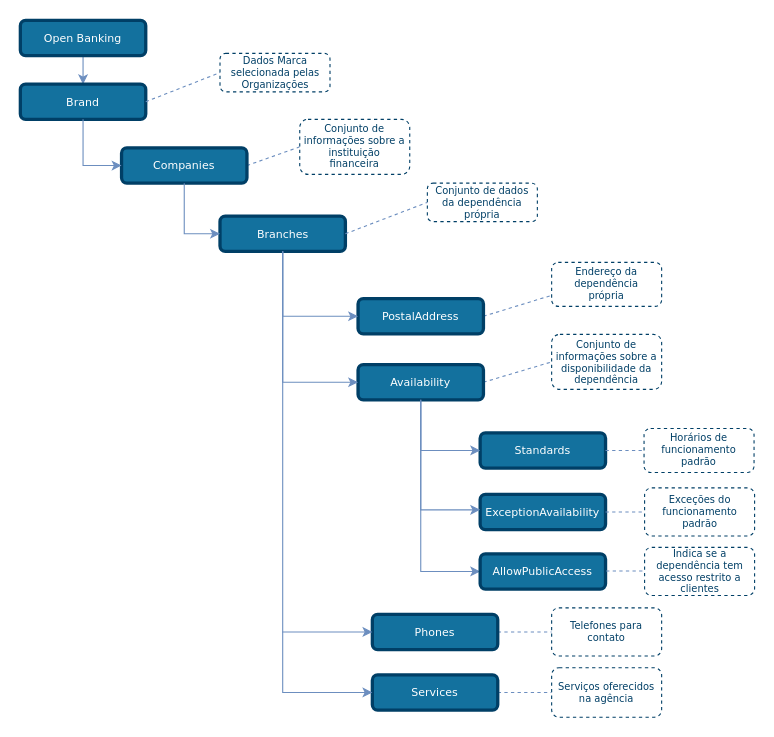
Earlier version of the draw.io diagram draw_io_diagrams/TLD_Branches_v1.drawio (OpenBanking-Brasil/areadesenvolvedor). Source tidied: cells renumbered, new cells numbered last; positions are measured from the earlier drawing's top-left corner, leaving out a move shared by most shapes. Both pictures are drawn from the tidied source at 110%, with x=0, y=0 at pixel (20, 20).
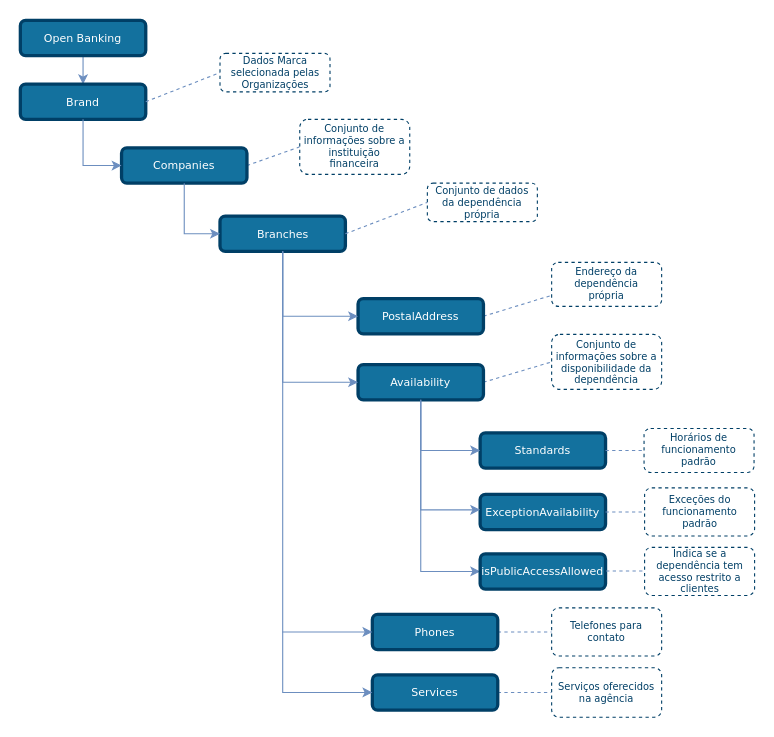
The same page after the edit.

Commit message (it also covers changes not shown here):
alteração imagens dependencias

The edit, as a diff of the source:
```diff
@@
-    <mxCell id="40" value="AllowPublicAccess" style="rounded=1;comic=0;shadow=0;backgroundOutline=0;snapToPoint=0;fixDash=0;strokeWidth=3;fontFamily=Verdana;fontStyle=0;labelBorderColor=none;labelBackgroundColor=none;whiteSpace=wrap;html=1;fontSize=10;fillColor=#13719E;strokeColor=#003F66;fontColor=#ffffff;" parent="1" vertex="1">
+    <mxCell id="40" value="isPublicAccessAllowed" style="rounded=1;comic=0;shadow=0;backgroundOutline=0;snapToPoint=0;fixDash=0;strokeWidth=3;fontFamily=Verdana;fontStyle=0;labelBorderColor=none;labelBackgroundColor=none;whiteSpace=wrap;html=1;fontSize=10;fillColor=#13719E;strokeColor=#003F66;fontColor=#ffffff;" parent="1" vertex="1">
       <mxGeometry x="418" y="485" width="114" height="32" as="geometry" />
     </mxCell>
```
